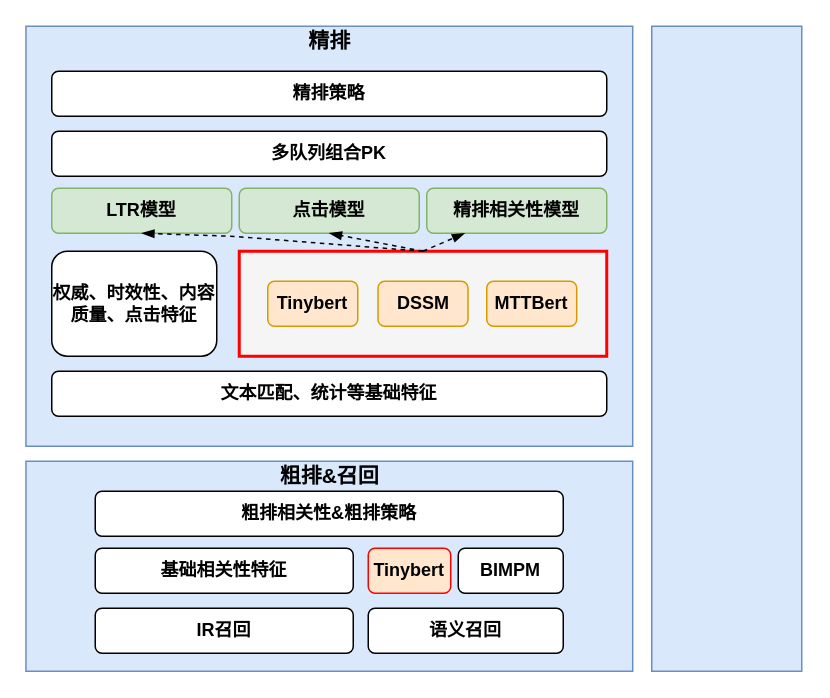
mbabby/draw.io.file keeps this draw.io diagram as Untitled Diagram.drawio. Above is the earlier version. Source tidied: cells renumbered, new cells numbered last; positions are measured from the earlier drawing's top-left corner, leaving out a move shared by most shapes. Both pictures are drawn from the tidied source at 150%, with x=0, y=0 at pixel (26, 26).
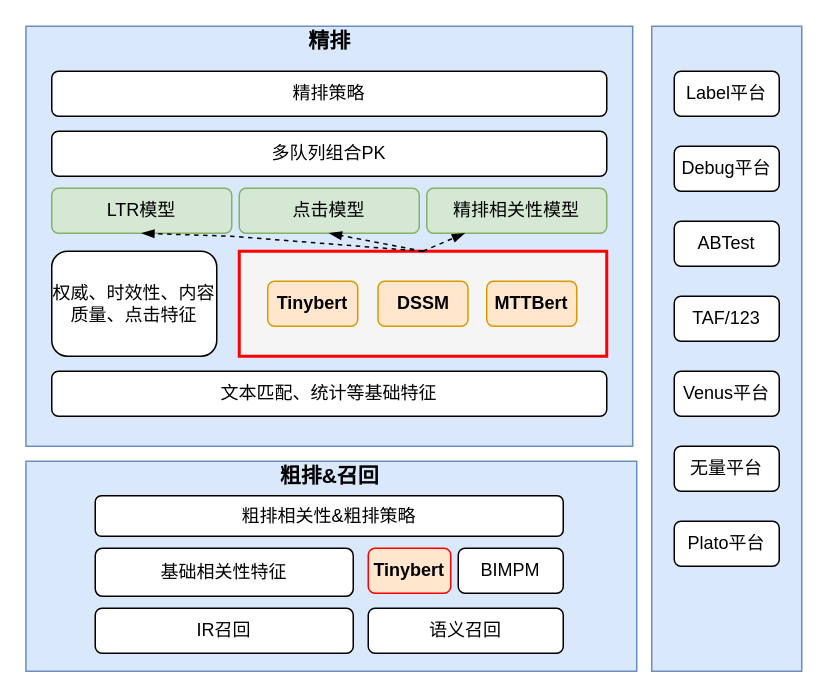
The same diagram, later.

Change to the diagram source:
```diff
@@
-    <mxCell id="2" style="rounded=0;whiteSpace=wrap;html=1;fillColor=#dae8fc;strokeColor=#6c8ebf;" parent="1" vertex="1">
-      <mxGeometry x="-0.2" y="290" width="404.5" height="140" as="geometry" />
+    <mxCell id="2" style="rounded=0;whiteSpace=wrap;html=1;fillColor=#dae8fc;strokeColor=#6c8ebf;fontStyle=0;" parent="1" vertex="1">
+      <mxGeometry x="-0.2" y="290" width="407.2" height="140" as="geometry" />
     </mxCell>
-    <mxCell id="3" style="rounded=0;whiteSpace=wrap;html=1;fillColor=#dae8fc;strokeColor=#6c8ebf;" parent="1" vertex="1">
+    <mxCell id="3" style="rounded=0;whiteSpace=wrap;html=1;fillColor=#dae8fc;strokeColor=#6c8ebf;fontStyle=0;" parent="1" vertex="1">
       <mxGeometry x="-0.2" width="404.5" height="280" as="geometry" />
     </mxCell>
-    <mxCell id="4" style="rounded=0;whiteSpace=wrap;html=1;strokeWidth=2;fillColor=#f5f5f5;fontColor=#333333;strokeColor=#FF0000;" parent="1" vertex="1">
+    <mxCell id="4" style="rounded=0;whiteSpace=wrap;html=1;strokeWidth=2;fillColor=#f5f5f5;fontColor=#333333;strokeColor=#FF0000;fontStyle=0;" parent="1" vertex="1">
       <mxGeometry x="142" y="150" width="245" height="70" as="geometry" />
     </mxCell>
-    <mxCell id="5" value="&lt;b&gt;&lt;font style=&quot;font-size: 14px&quot;&gt;精排&lt;/font&gt;&lt;/b&gt;" style="text;html=1;align=center;verticalAlign=middle;strokeColor=none;strokeWidth=1;" parent="1" vertex="1">
+    <mxCell id="5" value="&lt;span&gt;&lt;font style=&quot;font-size: 14px&quot;&gt;精排&lt;/font&gt;&lt;/span&gt;" style="text;html=1;align=center;verticalAlign=middle;strokeColor=none;strokeWidth=1;fontStyle=1;" parent="1" vertex="1">
       <mxGeometry x="182" width="40" height="20" as="geometry" />
     </mxCell>
-    <mxCell id="6" value="&lt;b&gt;精排策略&lt;/b&gt;" style="rounded=1;whiteSpace=wrap;html=1;strokeWidth=1;" parent="1" vertex="1">
+    <mxCell id="6" value="&lt;span&gt;精排策略&lt;/span&gt;" style="rounded=1;whiteSpace=wrap;html=1;strokeWidth=1;fontStyle=0;" parent="1" vertex="1">
       <mxGeometry x="17" y="30" width="370" height="30" as="geometry" />
     </mxCell>
-    <mxCell id="7" value="&lt;b&gt;多队列组合PK&lt;/b&gt;" style="rounded=1;whiteSpace=wrap;html=1;strokeWidth=1;" parent="1" vertex="1">
+    <mxCell id="7" value="&lt;span&gt;多队列组合PK&lt;/span&gt;" style="rounded=1;whiteSpace=wrap;html=1;strokeWidth=1;fontStyle=0;" parent="1" vertex="1">
       <mxGeometry x="17" y="70" width="370" height="30" as="geometry" />
     </mxCell>
-    <mxCell id="8" value="&lt;b&gt;LTR模型&lt;/b&gt;" style="rounded=1;whiteSpace=wrap;html=1;strokeWidth=1;fillColor=#d5e8d4;strokeColor=#82b366;" parent="1" vertex="1">
+    <mxCell id="8" value="&lt;span&gt;LTR模型&lt;/span&gt;" style="rounded=1;whiteSpace=wrap;html=1;strokeWidth=1;fillColor=#d5e8d4;strokeColor=#82b366;fontStyle=0;" parent="1" vertex="1">
       <mxGeometry x="17" y="108" width="120" height="30" as="geometry" />
     </mxCell>
-    <mxCell id="9" value="&lt;b&gt;点击模型&lt;/b&gt;" style="rounded=1;whiteSpace=wrap;html=1;strokeWidth=1;fillColor=#d5e8d4;strokeColor=#82b366;" parent="1" vertex="1">
+    <mxCell id="9" value="&lt;span&gt;点击模型&lt;/span&gt;" style="rounded=1;whiteSpace=wrap;html=1;strokeWidth=1;fillColor=#d5e8d4;strokeColor=#82b366;fontStyle=0;" parent="1" vertex="1">
       <mxGeometry x="142" y="108" width="120" height="30" as="geometry" />
     </mxCell>
-    <mxCell id="10" value="&lt;b&gt;精排相关性模型&lt;/b&gt;" style="rounded=1;whiteSpace=wrap;html=1;strokeWidth=1;fillColor=#d5e8d4;strokeColor=#82b366;" parent="1" vertex="1">
+    <mxCell id="10" value="&lt;span&gt;精排相关性模型&lt;/span&gt;" style="rounded=1;whiteSpace=wrap;html=1;strokeWidth=1;fillColor=#d5e8d4;strokeColor=#82b366;fontStyle=0;" parent="1" vertex="1">
       <mxGeometry x="267" y="108" width="120" height="30" as="geometry" />
     </mxCell>
-    <mxCell id="11" value="&lt;b&gt;权威、时效性、内容质量、点击特征&lt;/b&gt;" style="rounded=1;whiteSpace=wrap;html=1;strokeWidth=1;" parent="1" vertex="1">
+    <mxCell id="11" value="&lt;span&gt;权威、时效性、内容质量、点击特征&lt;/span&gt;" style="rounded=1;whiteSpace=wrap;html=1;strokeWidth=1;fontStyle=0;" parent="1" vertex="1">
       <mxGeometry x="17" y="150" width="110" height="70" as="geometry" />
     </mxCell>
-    <mxCell id="12" value="&lt;b&gt;Tinybert&lt;/b&gt;" style="rounded=1;whiteSpace=wrap;html=1;strokeWidth=1;fillColor=#ffe6cc;strokeColor=#d79b00;" parent="1" vertex="1">
+    <mxCell id="12" value="&lt;span&gt;Tinybert&lt;/span&gt;" style="rounded=1;whiteSpace=wrap;html=1;strokeWidth=1;fillColor=#ffe6cc;strokeColor=#d79b00;fontStyle=1;" parent="1" vertex="1">
       <mxGeometry x="161" y="170" width="60" height="30" as="geometry" />
     </mxCell>
-    <mxCell id="13" value="&lt;b&gt;DSSM&lt;/b&gt;" style="rounded=1;whiteSpace=wrap;html=1;strokeWidth=1;fillColor=#ffe6cc;strokeColor=#d79b00;" parent="1" vertex="1">
+    <mxCell id="13" value="&lt;span&gt;DSSM&lt;/span&gt;" style="rounded=1;whiteSpace=wrap;html=1;strokeWidth=1;fontStyle=1;fillColor=#ffe6cc;strokeColor=#d79b00;" parent="1" vertex="1">
       <mxGeometry x="234.5" y="170" width="60" height="30" as="geometry" />
     </mxCell>
-    <mxCell id="14" value="&lt;b&gt;MTTBert&lt;/b&gt;" style="rounded=1;whiteSpace=wrap;html=1;strokeWidth=1;fillColor=#ffe6cc;strokeColor=#d79b00;" parent="1" vertex="1">
+    <mxCell id="14" value="&lt;span&gt;MTTBert&lt;/span&gt;" style="rounded=1;whiteSpace=wrap;html=1;strokeWidth=1;fillColor=#ffe6cc;strokeColor=#d79b00;fontStyle=1;" parent="1" vertex="1">
       <mxGeometry x="307" y="170" width="60" height="30" as="geometry" />
     </mxCell>
-    <mxCell id="15" style="endArrow=blockThin;html=1;dashed=1;entryX=0.5;entryY=1;entryDx=0;entryDy=0;endFill=1;exitX=0.5;exitY=0;exitDx=0;exitDy=0;startSize=0;" parent="1" edge="1" source="4" target="8">
+    <mxCell id="15" style="endArrow=blockThin;html=1;dashed=1;entryX=0.5;entryY=1;entryDx=0;entryDy=0;endFill=1;exitX=0.5;exitY=0;exitDx=0;exitDy=0;startSize=0;fontStyle=0;" parent="1" edge="1" source="4" target="8">
       <mxGeometry relative="1" as="geometry">
         <Array as="points">
           <mxPoint x="137" y="140" />
         </Array>
       </mxGeometry>
     </mxCell>
-    <mxCell id="16" style="endArrow=blockThin;html=1;dashed=1;entryX=0.5;entryY=1;entryDx=0;entryDy=0;endFill=1;exitX=0.5;exitY=0;exitDx=0;exitDy=0;" parent="1" edge="1" source="4" target="9">
+    <mxCell id="16" style="endArrow=blockThin;html=1;dashed=1;entryX=0.5;entryY=1;entryDx=0;entryDy=0;endFill=1;exitX=0.5;exitY=0;exitDx=0;exitDy=0;fontStyle=0;" parent="1" edge="1" source="4" target="9">
       <mxGeometry relative="1" as="geometry" />
     </mxCell>
-    <mxCell id="17" style="endArrow=blockThin;html=1;dashed=1;endFill=1;exitX=0.5;exitY=0;exitDx=0;exitDy=0;" parent="1" edge="1" source="4" target="10">
+    <mxCell id="17" style="endArrow=blockThin;html=1;dashed=1;endFill=1;exitX=0.5;exitY=0;exitDx=0;exitDy=0;fontStyle=0;" parent="1" edge="1" source="4" target="10">
       <mxGeometry relative="1" as="geometry" />
     </mxCell>
-    <mxCell id="18" value="&lt;b&gt;文本匹配、统计等基础特征&lt;/b&gt;" style="rounded=1;whiteSpace=wrap;html=1;strokeWidth=1;" parent="1" vertex="1">
+    <mxCell id="18" value="&lt;span&gt;文本匹配、统计等基础特征&lt;/span&gt;" style="rounded=1;whiteSpace=wrap;html=1;strokeWidth=1;fontStyle=0;" parent="1" vertex="1">
       <mxGeometry x="17" y="230" width="370" height="30" as="geometry" />
     </mxCell>
-    <mxCell id="19" value="&lt;b&gt;&lt;font style=&quot;font-size: 14px&quot;&gt;粗排&amp;amp;召回&lt;/font&gt;&lt;/b&gt;" style="text;html=1;align=center;verticalAlign=middle;strokeColor=none;strokeWidth=1;" parent="1" vertex="1">
+    <mxCell id="19" value="&lt;span&gt;&lt;font style=&quot;font-size: 14px&quot;&gt;粗排&amp;amp;召回&lt;/font&gt;&lt;/span&gt;" style="text;html=1;align=center;verticalAlign=middle;strokeColor=none;strokeWidth=1;fontStyle=1;" parent="1" vertex="1">
       <mxGeometry x="162" y="290" width="80" height="20" as="geometry" />
     </mxCell>
-    <mxCell id="20" value="&lt;b&gt;粗排相关性&amp;amp;粗排策略&lt;/b&gt;" style="rounded=1;whiteSpace=wrap;html=1;strokeWidth=1;" parent="1" vertex="1">
-      <mxGeometry x="46" y="310" width="312" height="30" as="geometry" />
+    <mxCell id="20" value="&lt;span&gt;粗排相关性&amp;amp;粗排策略&lt;/span&gt;" style="rounded=1;whiteSpace=wrap;html=1;strokeWidth=1;fontStyle=0;" parent="1" vertex="1">
+      <mxGeometry x="46" y="313" width="312" height="27" as="geometry" />
     </mxCell>
-    <mxCell id="21" value="&lt;b&gt;BIMPM&lt;/b&gt;" style="rounded=1;whiteSpace=wrap;html=1;strokeWidth=1;" parent="1" vertex="1">
+    <mxCell id="21" value="&lt;span&gt;BIMPM&lt;/span&gt;" style="rounded=1;whiteSpace=wrap;html=1;strokeWidth=1;fontStyle=0;" parent="1" vertex="1">
       <mxGeometry x="288" y="348" width="70" height="30" as="geometry" />
     </mxCell>
-    <mxCell id="22" value="&lt;b&gt;基础相关性特征&lt;/b&gt;" style="rounded=1;whiteSpace=wrap;html=1;strokeWidth=1;" parent="1" vertex="1">
-      <mxGeometry x="46" y="348" width="172" height="30" as="geometry" />
+    <mxCell id="22" value="&lt;span&gt;基础相关性特征&lt;/span&gt;" style="rounded=1;whiteSpace=wrap;html=1;strokeWidth=1;fontStyle=0;" parent="1" vertex="1">
+      <mxGeometry x="46" y="348" width="172" height="32" as="geometry" />
     </mxCell>
-    <mxCell id="23" value="&lt;b&gt;Tinybert&lt;/b&gt;" style="rounded=1;whiteSpace=wrap;html=1;strokeWidth=1;fillColor=#ffe6cc;strokeColor=#FF0000;" parent="1" vertex="1">
+    <mxCell id="23" value="&lt;span&gt;Tinybert&lt;/span&gt;" style="rounded=1;whiteSpace=wrap;html=1;strokeWidth=1;fillColor=#ffe6cc;strokeColor=#FF0000;fontStyle=1;" parent="1" vertex="1">
       <mxGeometry x="228" y="348" width="55" height="30" as="geometry" />
     </mxCell>
-    <mxCell id="24" value="&lt;b&gt;语义召回&lt;/b&gt;" style="rounded=1;whiteSpace=wrap;html=1;strokeWidth=1;" parent="1" vertex="1">
+    <mxCell id="24" value="&lt;span&gt;语义召回&lt;/span&gt;" style="rounded=1;whiteSpace=wrap;html=1;strokeWidth=1;fontStyle=0;" parent="1" vertex="1">
       <mxGeometry x="228" y="388" width="130" height="30" as="geometry" />
     </mxCell>
-    <mxCell id="25" value="&lt;b&gt;IR召回&lt;/b&gt;" style="rounded=1;whiteSpace=wrap;html=1;strokeWidth=1;" parent="1" vertex="1">
+    <mxCell id="25" value="&lt;span&gt;IR召回&lt;/span&gt;" style="rounded=1;whiteSpace=wrap;html=1;strokeWidth=1;fontStyle=0;" parent="1" vertex="1">
       <mxGeometry x="46" y="388" width="172" height="30" as="geometry" />
     </mxCell>
-    <mxCell id="26" style="rounded=0;whiteSpace=wrap;html=1;fillColor=#dae8fc;strokeColor=#6c8ebf;" parent="1" vertex="1">
+    <mxCell id="26" style="rounded=0;whiteSpace=wrap;html=1;fillColor=#dae8fc;strokeColor=#6c8ebf;fontStyle=0;" parent="1" vertex="1">
       <mxGeometry x="417" width="100" height="430" as="geometry" />
     </mxCell>
+    <mxCell id="27" value="&lt;span&gt;Label平台&lt;/span&gt;" style="rounded=1;whiteSpace=wrap;html=1;strokeWidth=1;fontStyle=0;" parent="1" vertex="1">
+      <mxGeometry x="432" y="30" width="70" height="30" as="geometry" />
+    </mxCell>
+    <mxCell id="28" value="&lt;span&gt;Debug平台&lt;/span&gt;" style="rounded=1;whiteSpace=wrap;html=1;strokeWidth=1;fontStyle=0;" parent="1" vertex="1">
+      <mxGeometry x="432" y="80" width="70" height="30" as="geometry" />
+    </mxCell>
+    <mxCell id="29" value="&lt;span&gt;ABTest&lt;/span&gt;" style="rounded=1;whiteSpace=wrap;html=1;strokeWidth=1;fontStyle=0;" parent="1" vertex="1">
+      <mxGeometry x="432" y="130" width="70" height="30" as="geometry" />
+    </mxCell>
+    <mxCell id="30" value="&lt;span&gt;TAF/123&lt;/span&gt;" style="rounded=1;whiteSpace=wrap;html=1;strokeWidth=1;fontStyle=0;" parent="1" vertex="1">
+      <mxGeometry x="432" y="180" width="70" height="30" as="geometry" />
+    </mxCell>
+    <mxCell id="31" value="&lt;span&gt;Venus平台&lt;/span&gt;" style="rounded=1;whiteSpace=wrap;html=1;strokeWidth=1;fontStyle=0;" parent="1" vertex="1">
+      <mxGeometry x="432" y="230" width="70" height="30" as="geometry" />
+    </mxCell>
+    <mxCell id="32" value="&lt;span&gt;无量平台&lt;/span&gt;" style="rounded=1;whiteSpace=wrap;html=1;strokeWidth=1;fontStyle=0;" parent="1" vertex="1">
+      <mxGeometry x="432" y="280" width="70" height="30" as="geometry" />
+    </mxCell>
+    <mxCell id="33" value="&lt;span&gt;Plato平台&lt;/span&gt;" style="rounded=1;whiteSpace=wrap;html=1;strokeWidth=1;fontStyle=0;" parent="1" vertex="1">
+      <mxGeometry x="432" y="330" width="70" height="30" as="geometry" />
+    </mxCell>
```
